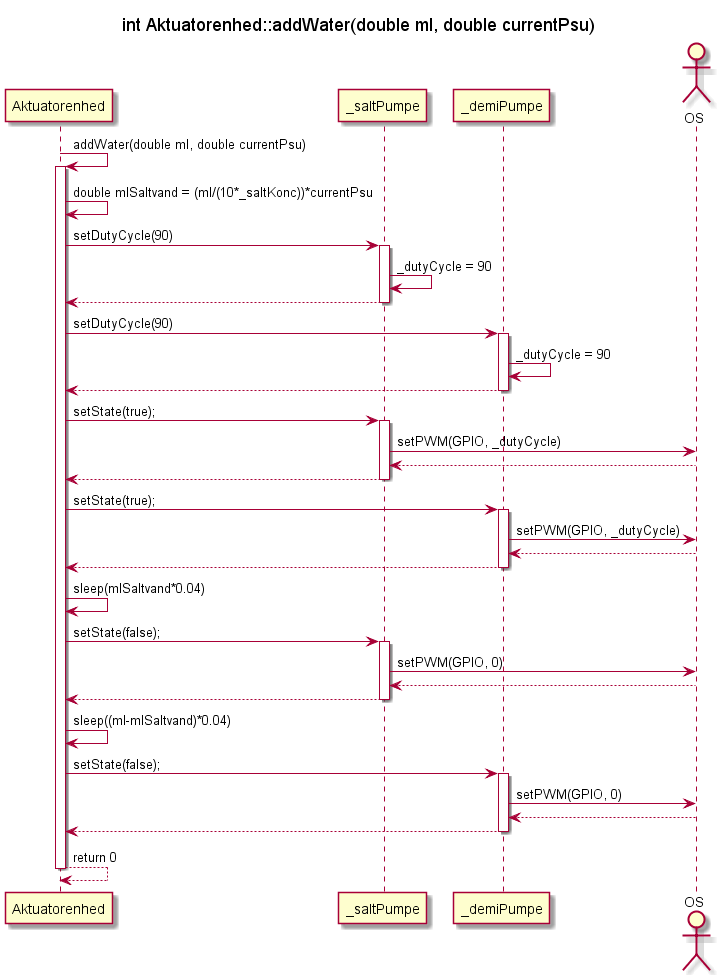
Solvgraa-mager/E4PRJ4 keeps this PlantUML diagram as Design/Akutuator enhed/Domnaemodel_AE/out/AE/SD_AE_addWater.png. Above is the earlier version.
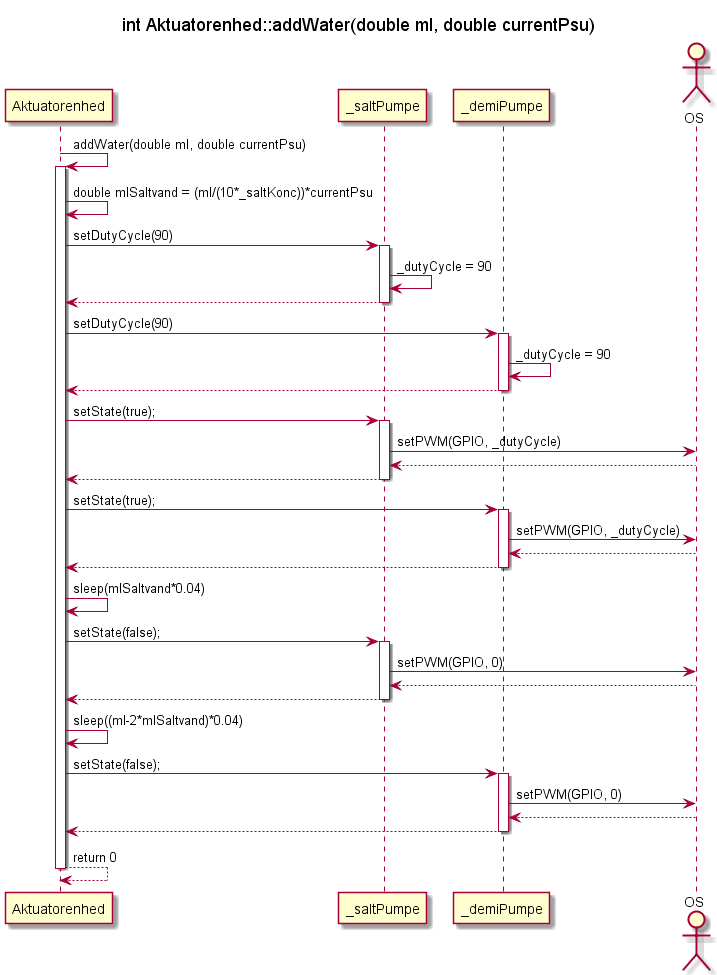
Later version of the same file.

The edit, as a diff of the source:
```diff
@@ -49,7 +49,7 @@
             ae <-- tp
             deactivate tp
 
-        ae -> ae : sleep((ml-mlSaltvand)*0.04)
+        ae -> ae : sleep((ml-2*mlSaltvand)*0.04)
         ae -> sp : setState(false);
             activate sp
             sp -> os : setPWM(GPIO, 0)
```
